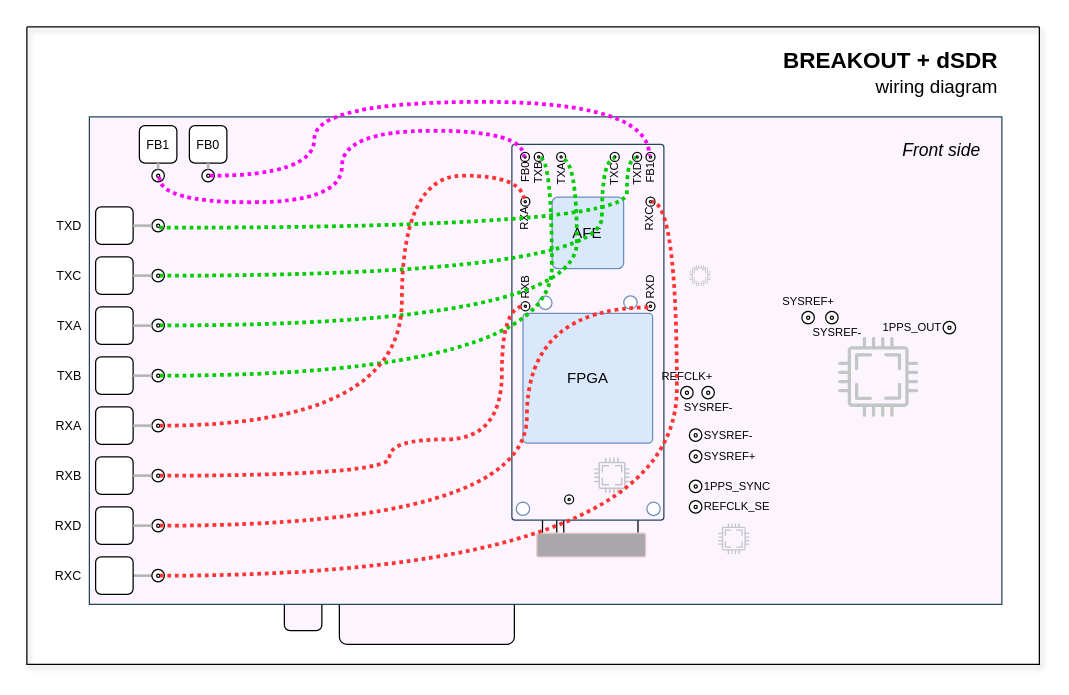
Earlier version of the draw.io diagram source/_static/fe/breakout_wiring.drawio (wavelet-lab/docs). Source tidied: cells renumbered, new cells numbered last; positions are measured from the earlier drawing's top-left corner, leaving out a move shared by most shapes. Both pictures are drawn from the tidied source at 125%, with x=0, y=0 at pixel (26, 26).
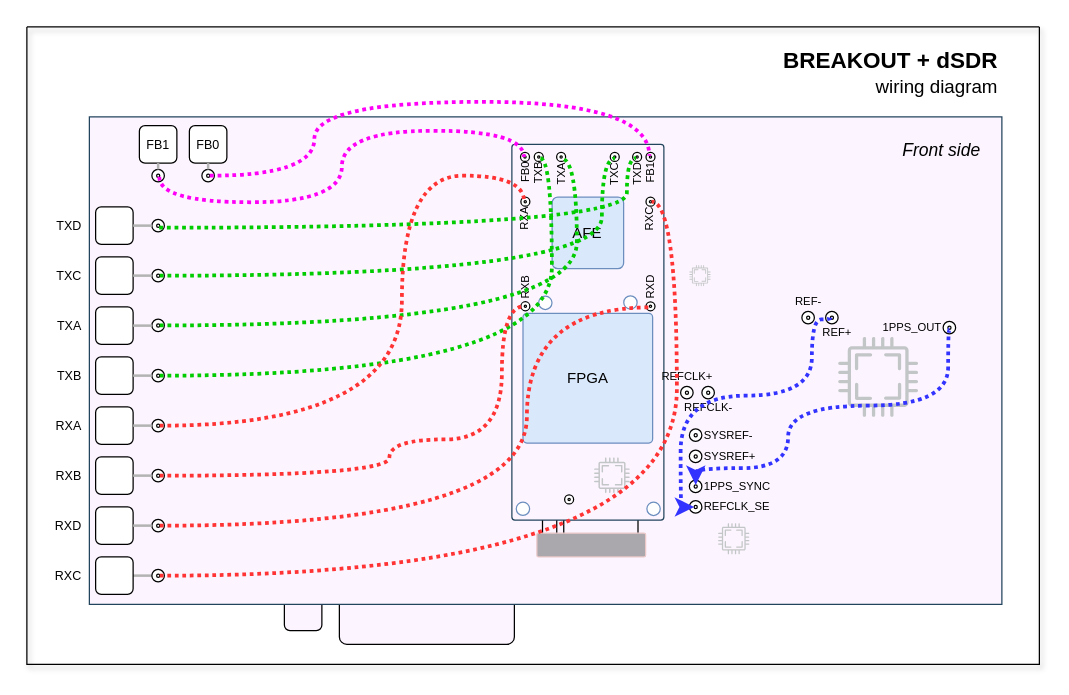
Above is the later version.

The change refers to these unchanged cells:
```xml
<mxCell id="2" style="swimlane;startSize=0;shadow=1;rounded=0;" parent="1" vertex="1">
  <mxGeometry width="810" height="510" as="geometry" />
</mxCell>
<mxCell id="82" style="ellipse;whiteSpace=wrap;html=1;" parent="80" vertex="1">
  <mxGeometry x="3.8" y="3.8" width="2.5" height="2.5" as="geometry" />
</mxCell>
<mxCell id="86" style="ellipse;whiteSpace=wrap;html=1;" parent="84" vertex="1">
  <mxGeometry x="3.8" y="3.8" width="2.5" height="2.5" as="geometry" />
</mxCell>
<mxCell id="98" style="ellipse;whiteSpace=wrap;html=1;" parent="96" vertex="1">
  <mxGeometry x="3.8" y="3.8" width="2.5" height="2.5" as="geometry" />
</mxCell>
<mxCell id="100" style="group;" parent="99" vertex="1">
  <mxGeometry width="10" height="10" as="geometry" />
</mxCell>
<mxCell id="108" style="group;" parent="107" vertex="1">
  <mxGeometry width="10" height="10" as="geometry" />
</mxCell>
<mxCell id="110" style="ellipse;whiteSpace=wrap;html=1;" parent="108" vertex="1">
  <mxGeometry x="3.8" y="3.8" width="2.5" height="2.5" as="geometry" />
</mxCell>
<mxCell id="112" style="group;" parent="111" vertex="1">
  <mxGeometry width="10" height="10" as="geometry" />
</mxCell>
```

Change to the diagram source:
```diff
@@
-    <mxCell id="101" value="SYSREF-" style="ellipse;align=center;labelPosition=center;verticalLabelPosition=bottom;verticalAlign=top;fontSize=9;html=1;spacing=-3;" parent="100" vertex="1">
+    <mxCell id="101" value="REFCLK-" style="ellipse;align=center;labelPosition=center;verticalLabelPosition=bottom;verticalAlign=top;fontSize=9;html=1;spacing=-3;" parent="100" vertex="1">
       <mxGeometry width="10" height="10" as="geometry" />
     </mxCell>
@@
-    <mxCell id="109" value="SYSREF-" style="ellipse;html=1;align=center;labelPosition=center;verticalLabelPosition=bottom;verticalAlign=top;fontSize=9;spacingLeft=7;spacing=-3;" parent="108" vertex="1">
+    <mxCell id="109" value="REF+" style="ellipse;html=1;align=center;labelPosition=center;verticalLabelPosition=bottom;verticalAlign=top;fontSize=9;spacingLeft=7;spacing=-3;" parent="108" vertex="1">
       <mxGeometry width="10" height="10" as="geometry" />
     </mxCell>
@@
-    <mxCell id="113" value="SYSREF+" style="ellipse;html=1;align=center;labelPosition=center;verticalLabelPosition=top;verticalAlign=bottom;fontSize=9;spacing=2;spacingRight=0;" parent="112" vertex="1">
+    <mxCell id="113" value="REF-" style="ellipse;html=1;align=center;labelPosition=center;verticalLabelPosition=top;verticalAlign=bottom;fontSize=9;spacing=2;spacingRight=0;" parent="112" vertex="1">
       <mxGeometry width="10" height="10" as="geometry" />
     </mxCell>
@@
+    <mxCell id="143" style="edgeStyle=orthogonalEdgeStyle;rounded=0;jettySize=auto;html=1;exitX=0;exitY=0.5;exitDx=0;exitDy=0;entryX=0;entryY=0.5;entryDx=0;entryDy=0;strokeWidth=3;dashed=1;dashPattern=1 1;strokeColor=#3333FF;curved=1;" parent="2" edge="1" source="110" target="82">
+      <mxGeometry relative="1" as="geometry">
+        <Array as="points">
+          <mxPoint x="643" y="234" />
+          <mxPoint x="628" y="234" />
+          <mxPoint x="628" y="295" />
+          <mxPoint x="523" y="295" />
+          <mxPoint x="523" y="384" />
+        </Array>
+      </mxGeometry>
+    </mxCell>
+    <mxCell id="144" style="edgeStyle=orthogonalEdgeStyle;rounded=0;jettySize=auto;html=1;exitX=0.5;exitY=1;exitDx=0;exitDy=0;entryX=0.5;entryY=0;entryDx=0;entryDy=0;strokeWidth=3;dashed=1;dashPattern=1 1;strokeColor=#3333FF;curved=1;" parent="2" edge="1" source="98" target="86">
+      <mxGeometry relative="1" as="geometry">
+        <Array as="points">
+          <mxPoint x="737" y="242" />
+          <mxPoint x="737" y="303" />
+          <mxPoint x="609" y="303" />
+          <mxPoint x="609" y="353" />
+          <mxPoint x="535" y="353" />
+        </Array>
+      </mxGeometry>
+    </mxCell>
```
